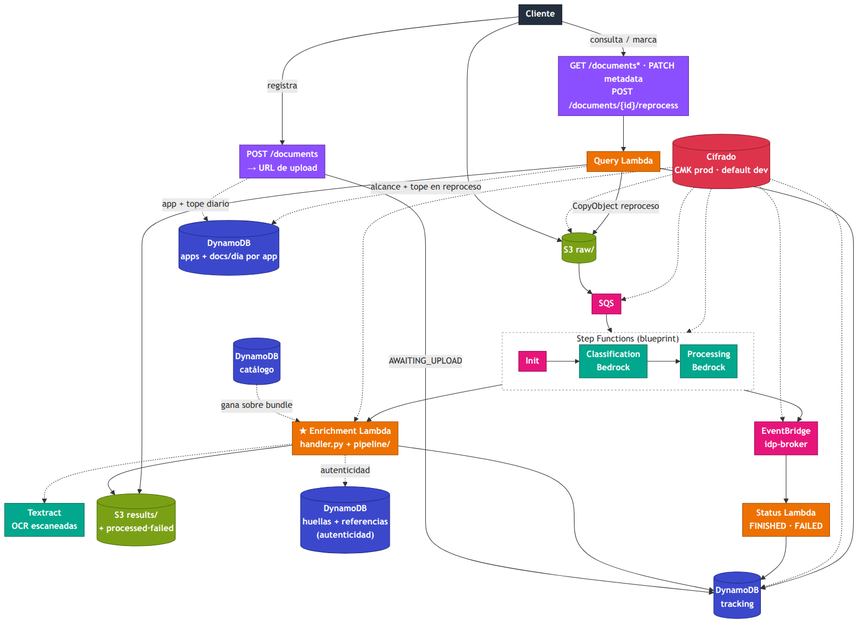
LuisHM5/idp keeps this Mermaid diagram as documentacion/diagrams/arquitectura-aws.png. Above is the earlier version. Its source is kept beside it as documentacion/diagrams/arquitectura-aws.mmd.
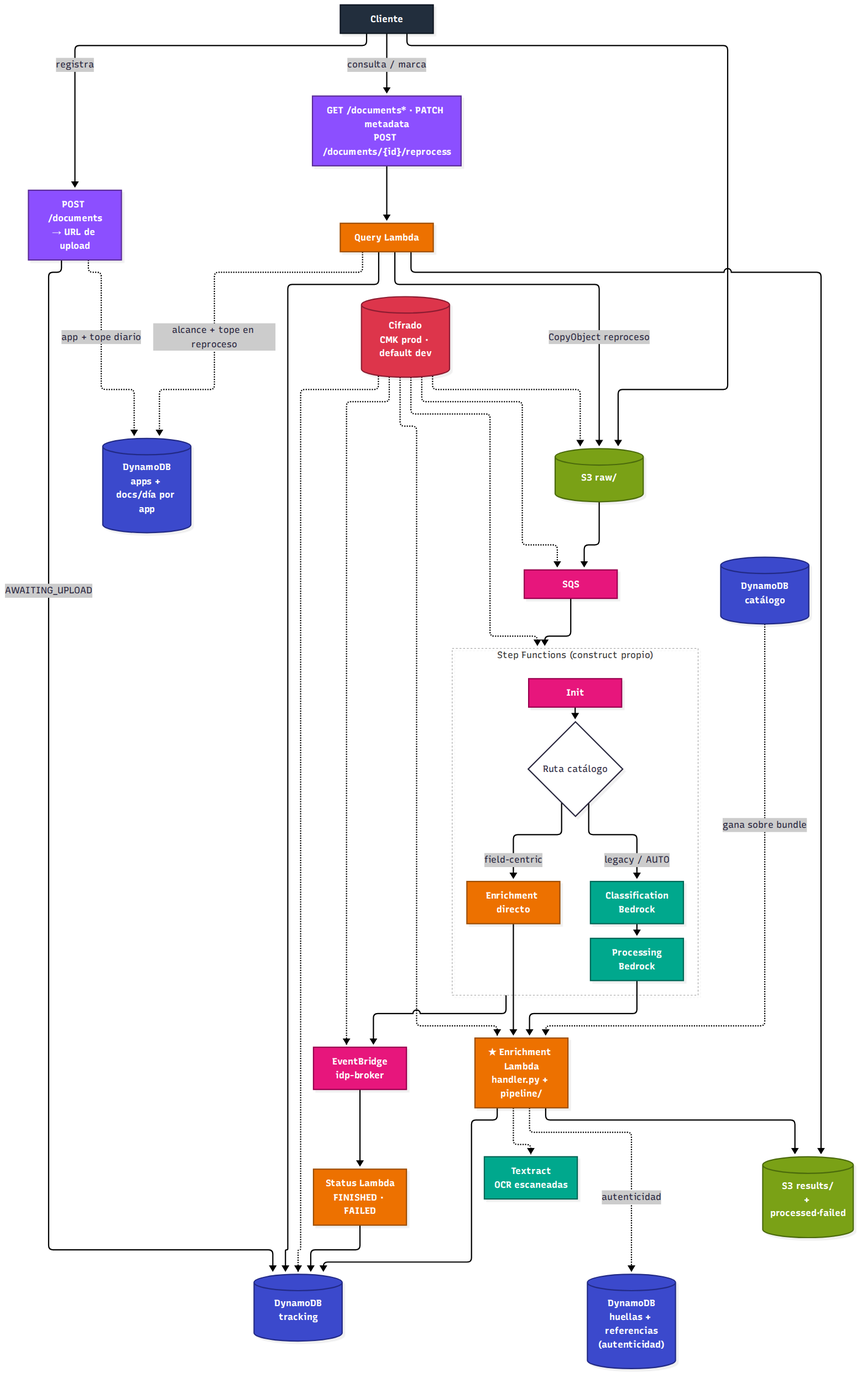
After the change.

The edit, as a diff of the source:
```diff
@@ -8,9 +8,11 @@
     RAW[("S3 raw/")]:::storage
     SQS["SQS"]:::integration
 
-    subgraph SFN["Step Functions (blueprint)"]
+    subgraph SFN["Step Functions (construct propio)"]
         direction LR
-        INIT["Init"] --> CLS["Classification<br/>Bedrock"] --> PROC["Processing<br/>Bedrock"]
+        INIT["Init"] --> ROUTE{"Ruta catálogo"}
+        ROUTE -->|"field-centric"| DIRECT["Enrichment directo"]
+        ROUTE -->|"legacy / AUTO"| CLS["Classification<br/>Bedrock"] --> PROC["Processing<br/>Bedrock"]
     end
 
     LAMBDA["★ Enrichment Lambda<br/>handler.py + pipeline/"]:::compute
@@ -30,7 +32,9 @@
     UP -->|"AWAITING_UPLOAD"| DDBT
     UP -.->|"app + tope diario"| DDBA
     CLIENTE --> RAW
-    RAW --> SQS --> SFN --> LAMBDA
+    RAW --> SQS --> SFN
+    DIRECT --> LAMBDA
+    PROC --> LAMBDA
     LAMBDA --> RES
     LAMBDA --> DDBT
     SFN --> EB
@@ -62,4 +66,5 @@
 
     class INIT integration
     class CLS,PROC ml
+    class DIRECT compute
     style SFN fill:transparent,stroke:#999,stroke-width:1px,stroke-dasharray: 3 3,color:#333
```
